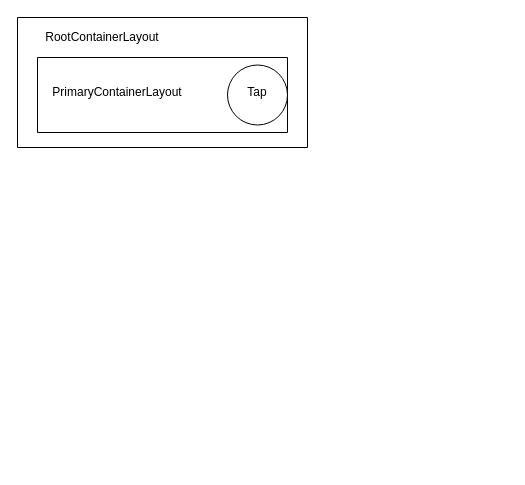
Earlier version of the draw.io diagram animator.drawio (dlwanghw/diagram). Source tidied: cells renumbered, new cells numbered last; positions are measured from the earlier drawing's top-left corner, leaving out a move shared by most shapes. Both pictures are drawn from the tidied source at 100%, with x=0, y=0 at pixel (17, 17).
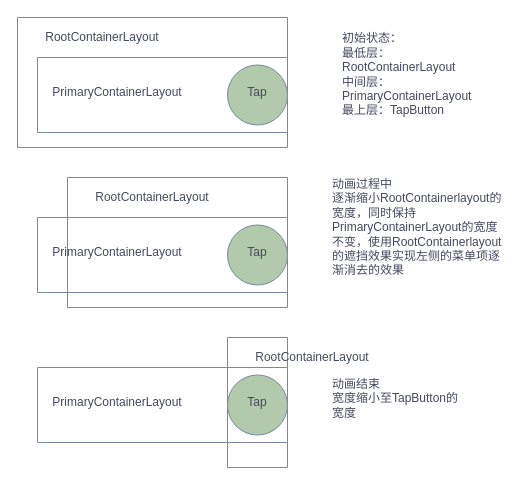
After the change.

What changed in the source:
```diff
@@
-    <mxCell id="2" style="swimlane;startSize=0;" parent="1" vertex="1">
-      <mxGeometry width="290" height="130" as="geometry" />
+    <mxCell id="2" style="swimlane;startSize=0;fillColor=#B2C9AB;strokeColor=#788AA3;fontColor=#46495D;" parent="1" vertex="1">
+      <mxGeometry width="270" height="130" as="geometry" />
     </mxCell>
-    <mxCell id="3" value="RootContainerLayout" style="text;html=1;strokeColor=none;fillColor=none;align=center;verticalAlign=middle;whiteSpace=wrap;rounded=0;" parent="2" vertex="1">
+    <mxCell id="3" value="RootContainerLayout" style="text;html=1;strokeColor=none;fillColor=none;align=center;verticalAlign=middle;whiteSpace=wrap;rounded=0;fontColor=#46495D;" parent="2" vertex="1">
       <mxGeometry x="20" width="130" height="40" as="geometry" />
     </mxCell>
-    <mxCell id="4" style="swimlane;startSize=0;" parent="2" vertex="1">
+    <mxCell id="4" style="swimlane;startSize=0;fillColor=#B2C9AB;strokeColor=#788AA3;fontColor=#46495D;" parent="2" vertex="1">
       <mxGeometry x="20" y="40" width="250" height="75" as="geometry" />
     </mxCell>
-    <mxCell id="5" value="PrimaryContainerLayout" style="text;html=1;strokeColor=none;fillColor=none;align=center;verticalAlign=middle;whiteSpace=wrap;rounded=0;" parent="4" vertex="1">
+    <mxCell id="5" value="PrimaryContainerLayout" style="text;html=1;strokeColor=none;fillColor=none;align=center;verticalAlign=middle;whiteSpace=wrap;rounded=0;fontColor=#46495D;" parent="4" vertex="1">
       <mxGeometry x="50" y="20" width="60" height="30" as="geometry" />
     </mxCell>
-    <mxCell id="6" style="ellipse;whiteSpace=wrap;html=1;" parent="4" vertex="1">
+    <mxCell id="6" style="ellipse;whiteSpace=wrap;html=1;fillColor=#B2C9AB;strokeColor=#788AA3;fontColor=#46495D;" parent="4" vertex="1">
       <mxGeometry x="190" y="7.5" width="60" height="60" as="geometry" />
     </mxCell>
-    <mxCell id="7" value="Tap" style="text;html=1;strokeColor=none;fillColor=none;align=center;verticalAlign=middle;whiteSpace=wrap;rounded=0;" parent="4" vertex="1">
+    <mxCell id="7" value="Tap" style="text;html=1;strokeColor=none;fillColor=none;align=center;verticalAlign=middle;whiteSpace=wrap;rounded=0;fontColor=#46495D;" parent="4" vertex="1">
       <mxGeometry x="190" y="20" width="60" height="30" as="geometry" />
     </mxCell>
-    <mxCell id="8" style="edgeStyle=orthogonalEdgeStyle;rounded=0;orthogonalLoop=1;jettySize=auto;html=1;exitX=0.5;exitY=1;exitDx=0;exitDy=0;" parent="2" edge="1" source="4" target="4">
+    <mxCell id="8" style="edgeStyle=orthogonalEdgeStyle;rounded=0;orthogonalLoop=1;jettySize=auto;html=1;exitX=0.5;exitY=1;exitDx=0;exitDy=0;strokeColor=#788AA3;fontColor=#46495D;" parent="2" edge="1" source="4" target="4">
       <mxGeometry relative="1" as="geometry" />
     </mxCell>
+    <mxCell id="9" style="swimlane;startSize=0;fillColor=#B2C9AB;strokeColor=#788AA3;fontColor=#46495D;" parent="1" vertex="1">
+      <mxGeometry x="50" y="160" width="220" height="130" as="geometry" />
+    </mxCell>
+    <mxCell id="10" value="RootContainerLayout" style="text;html=1;strokeColor=none;fillColor=none;align=center;verticalAlign=middle;whiteSpace=wrap;rounded=0;fontColor=#46495D;" parent="9" vertex="1">
+      <mxGeometry x="20" width="130" height="40" as="geometry" />
+    </mxCell>
+    <mxCell id="11" style="swimlane;startSize=0;fillColor=#B2C9AB;strokeColor=#788AA3;fontColor=#46495D;" parent="9" vertex="1">
+      <mxGeometry x="-30" y="40" width="250" height="75" as="geometry" />
+    </mxCell>
+    <mxCell id="12" value="PrimaryContainerLayout" style="text;html=1;strokeColor=none;fillColor=none;align=center;verticalAlign=middle;whiteSpace=wrap;rounded=0;fontColor=#46495D;" parent="11" vertex="1">
+      <mxGeometry x="50" y="20" width="60" height="30" as="geometry" />
+    </mxCell>
+    <mxCell id="13" style="ellipse;whiteSpace=wrap;html=1;fillColor=#B2C9AB;strokeColor=#788AA3;fontColor=#46495D;" parent="11" vertex="1">
+      <mxGeometry x="190" y="7.5" width="60" height="60" as="geometry" />
+    </mxCell>
+    <mxCell id="14" value="Tap" style="text;html=1;strokeColor=none;fillColor=none;align=center;verticalAlign=middle;whiteSpace=wrap;rounded=0;fontColor=#46495D;" parent="11" vertex="1">
+      <mxGeometry x="190" y="20" width="60" height="30" as="geometry" />
+    </mxCell>
+    <mxCell id="15" style="edgeStyle=orthogonalEdgeStyle;rounded=0;orthogonalLoop=1;jettySize=auto;html=1;exitX=0.5;exitY=1;exitDx=0;exitDy=0;strokeColor=#788AA3;fontColor=#46495D;" parent="9" edge="1" source="11" target="11">
+      <mxGeometry relative="1" as="geometry" />
+    </mxCell>
+    <mxCell id="16" style="swimlane;startSize=0;fillColor=#B2C9AB;strokeColor=#788AA3;fontColor=#46495D;" parent="1" vertex="1">
+      <mxGeometry x="210" y="320" width="60" height="130" as="geometry" />
+    </mxCell>
+    <mxCell id="17" value="RootContainerLayout" style="text;html=1;strokeColor=none;fillColor=none;align=center;verticalAlign=middle;whiteSpace=wrap;rounded=0;fontColor=#46495D;" parent="16" vertex="1">
+      <mxGeometry x="20" width="130" height="40" as="geometry" />
+    </mxCell>
+    <mxCell id="18" style="swimlane;startSize=0;fillColor=#B2C9AB;strokeColor=#788AA3;fontColor=#46495D;" parent="1" vertex="1">
+      <mxGeometry x="20" y="350" width="250" height="75" as="geometry" />
+    </mxCell>
+    <mxCell id="19" value="PrimaryContainerLayout" style="text;html=1;strokeColor=none;fillColor=none;align=center;verticalAlign=middle;whiteSpace=wrap;rounded=0;fontColor=#46495D;" parent="18" vertex="1">
+      <mxGeometry x="50" y="20" width="60" height="30" as="geometry" />
+    </mxCell>
+    <mxCell id="20" style="ellipse;whiteSpace=wrap;html=1;fillColor=#B2C9AB;strokeColor=#788AA3;fontColor=#46495D;" parent="18" vertex="1">
+      <mxGeometry x="190" y="7.5" width="60" height="60" as="geometry" />
+    </mxCell>
+    <mxCell id="21" value="Tap" style="text;html=1;strokeColor=none;fillColor=none;align=center;verticalAlign=middle;whiteSpace=wrap;rounded=0;fontColor=#46495D;" parent="18" vertex="1">
+      <mxGeometry x="190" y="20" width="60" height="30" as="geometry" />
+    </mxCell>
+    <mxCell id="22" style="edgeStyle=orthogonalEdgeStyle;rounded=0;orthogonalLoop=1;jettySize=auto;html=1;exitX=0.5;exitY=1;exitDx=0;exitDy=0;strokeColor=#788AA3;fontColor=#46495D;" parent="1" edge="1" source="18" target="18">
+      <mxGeometry relative="1" as="geometry" />
+    </mxCell>
+    <mxCell id="23" value="&lt;br&gt;初始状态：&lt;br&gt;最低层：RootContainerLayout&lt;br&gt;中间层：PrimaryContainerLayout&lt;br&gt;最上层：TapButton" style="text;html=1;strokeColor=none;fillColor=none;spacing=5;spacingTop=-20;whiteSpace=wrap;overflow=hidden;rounded=0;sketch=0;fontColor=#46495D;" parent="1" vertex="1">
+      <mxGeometry x="320" y="10" width="160" height="100" as="geometry" />
+    </mxCell>
+    <mxCell id="24" value="动画过程中&lt;br&gt;逐渐缩小RootContainerlayout的宽度，同时保持PrimaryContainerLayout的宽度不变，使用RootContainerlayout的遮挡效果实现左侧的菜单项逐渐消去的效果" style="text;html=1;strokeColor=none;fillColor=none;spacing=5;spacingTop=-20;whiteSpace=wrap;overflow=hidden;rounded=0;sketch=0;fontColor=#46495D;" parent="1" vertex="1">
+      <mxGeometry x="310" y="170" width="180" height="110" as="geometry" />
+    </mxCell>
+    <mxCell id="25" value="动画结束&lt;br&gt;宽度缩小至TapButton的宽度" style="text;html=1;strokeColor=none;fillColor=none;spacing=5;spacingTop=-20;whiteSpace=wrap;overflow=hidden;rounded=0;sketch=0;fontColor=#46495D;" parent="1" vertex="1">
+      <mxGeometry x="310" y="370" width="140" height="50" as="geometry" />
+    </mxCell>
```
